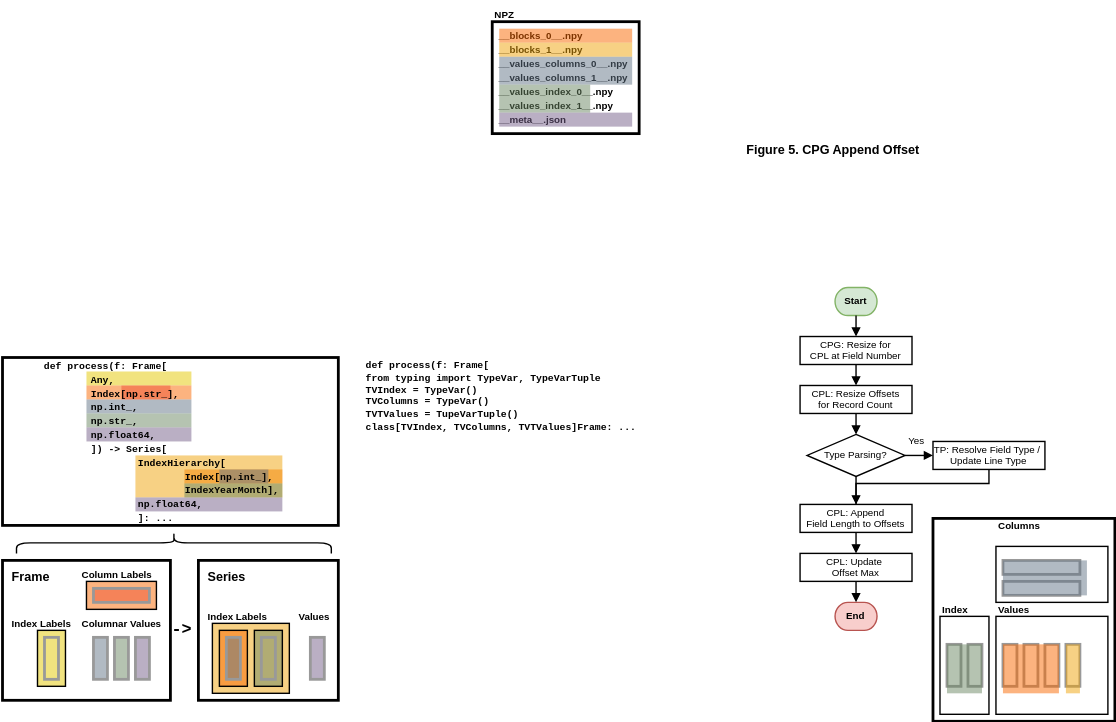
Earlier version of the draw.io export doc/dft.drawio.svg (flexatone/df-typing). Source tidied: cells renumbered, new cells last; positions are measured from the earlier drawing's top-left corner, leaving out a move shared by most shapes.
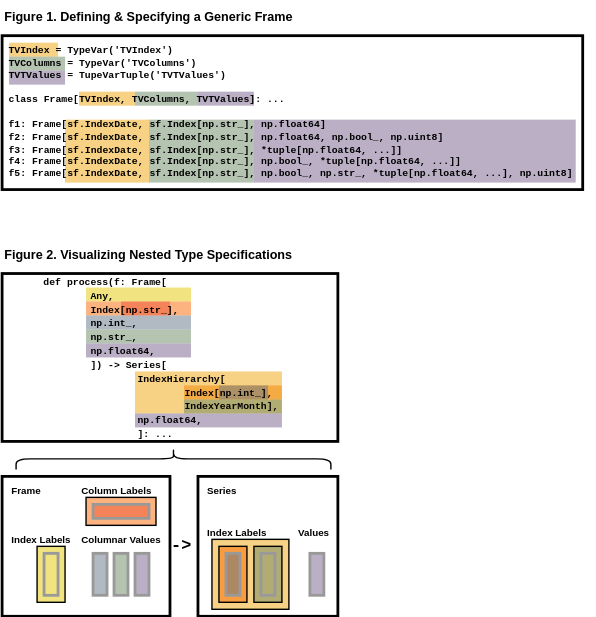
After the change.

Diff of the diagram source:
```diff
@@ -2,6 +2,9 @@
   <root>
     <mxCell id="0" />
     <mxCell id="1" parent="0" />
+    <mxCell id="97" style="rounded=0;whiteSpace=wrap;html=1;shadow=0;glass=0;sketch=0;fontFamily=Verdana;fontSize=7;strokeColor=none;strokeWidth=1;fillColor=#76608a;fontColor=#ffffff;opacity=50;" parent="1" vertex="1">
+      <mxGeometry x="180" y="145" width="230" height="45" as="geometry" />
+    </mxCell>
     <mxCell id="2" style="rounded=0;whiteSpace=wrap;html=1;glass=0;strokeColor=#000000;strokeWidth=2;fillColor=none;gradientColor=none;comic=0;sketch=0;shadow=0;" parent="1" vertex="1">
       <mxGeometry y="400" width="120" height="100" as="geometry" />
     </mxCell>
@@ -89,154 +92,14 @@
     <mxCell id="30" style="rounded=0;whiteSpace=wrap;html=1;shadow=0;glass=0;sketch=0;fontFamily=Verdana;fontSize=7;strokeColor=none;strokeWidth=1;fillColor=#e3c800;opacity=50;fontColor=#000000;" parent="1" vertex="1">
       <mxGeometry x="60" y="265" width="75" height="10" as="geometry" />
     </mxCell>
-    <mxCell id="31" style="rounded=0;whiteSpace=wrap;html=1;glass=0;strokeColor=#000000;strokeWidth=2;fillColor=none;gradientColor=none;comic=0;sketch=0;shadow=0;" parent="1" vertex="1">
-      <mxGeometry x="350" y="15" width="105" height="80" as="geometry" />
-    </mxCell>
-    <mxCell id="32" value="&lt;p style=&quot;line-height: 1.43&quot;&gt;__blocks_0__.npy&lt;br&gt;__blocks_1__.npy&lt;br&gt;__values_columns_0__.npy&lt;br&gt;__values_columns_1__.npy&lt;br&gt;__values_index_0__.npy&lt;br&gt;__values_index_1__.npy&lt;br&gt;__meta__.json&lt;/p&gt;" style="text;align=left;verticalAlign=middle;strokeColor=none;fillColor=none;labelPosition=center;verticalLabelPosition=middle;fontSize=7;spacing=0;fontFamily=Helvetica;fontStyle=1;shadow=0;sketch=0;textDirection=ltr;html=1;" parent="1" vertex="1">
-      <mxGeometry x="355" y="10" width="105" height="90" as="geometry" />
-    </mxCell>
-    <mxCell id="33" value="&lt;span style=&quot;font-size: 7px&quot;&gt;NPZ&lt;/span&gt;" style="text;html=1;align=left;verticalAlign=top;strokeColor=none;fillColor=none;fontSize=7;fontFamily=Helvetica;fontStyle=1;sketch=0;" parent="1" vertex="1">
-      <mxGeometry x="350" width="25" height="15" as="geometry" />
-    </mxCell>
-    <mxCell id="34" style="rounded=0;whiteSpace=wrap;html=1;shadow=0;glass=0;sketch=0;fontFamily=Verdana;fontSize=7;strokeColor=none;strokeWidth=1;fillColor=#647687;fontColor=#ffffff;opacity=50;" parent="1" vertex="1">
-      <mxGeometry x="355" y="40" width="95" height="20" as="geometry" />
-    </mxCell>
-    <mxCell id="35" style="rounded=0;whiteSpace=wrap;html=1;shadow=0;glass=0;sketch=0;fontFamily=Verdana;fontSize=7;strokeColor=none;strokeWidth=1;fillColor=#6d8764;fontColor=#ffffff;opacity=50;" parent="1" vertex="1">
-      <mxGeometry x="355" y="60" width="65" height="20" as="geometry" />
-    </mxCell>
-    <mxCell id="36" style="rounded=0;whiteSpace=wrap;html=1;shadow=0;glass=0;sketch=0;fontFamily=Verdana;fontSize=7;strokeColor=none;strokeWidth=1;fillColor=#fa6800;fontColor=#000000;opacity=50;" parent="1" vertex="1">
-      <mxGeometry x="355" y="20" width="95" height="10" as="geometry" />
-    </mxCell>
-    <mxCell id="37" style="rounded=0;whiteSpace=wrap;html=1;shadow=0;glass=0;sketch=0;fontFamily=Verdana;fontSize=7;strokeColor=none;strokeWidth=1;fillColor=#f0a30a;fontColor=#000000;opacity=50;" parent="1" vertex="1">
-      <mxGeometry x="355" y="30" width="95" height="10" as="geometry" />
-    </mxCell>
-    <mxCell id="38" style="rounded=0;whiteSpace=wrap;html=1;shadow=0;glass=0;sketch=0;fontFamily=Verdana;fontSize=7;strokeColor=none;strokeWidth=1;fillColor=#76608a;fontColor=#ffffff;opacity=50;" parent="1" vertex="1">
-      <mxGeometry x="355" y="80" width="95" height="10" as="geometry" />
-    </mxCell>
-    <mxCell id="39" value="CPG: Resize for&#10;CPL at Field Number" style="rounded=0;strokeWidth=1;fillColor=none;absoluteArcSize=0;sketch=0;fontSize=7;fontStyle=0;" parent="1" vertex="1">
-      <mxGeometry x="570" y="240" width="80" height="20" as="geometry" />
-    </mxCell>
-    <mxCell id="40" value="&lt;span&gt;Type Parsing?&lt;/span&gt;" style="rhombus;whiteSpace=wrap;html=1;rounded=0;fontSize=7;fillColor=none;sketch=0;shadow=0;fontStyle=0;" parent="1" vertex="1">
-      <mxGeometry x="575" y="310" width="70" height="30" as="geometry" />
-    </mxCell>
-    <mxCell id="41" value="CPL: Resize Offsets&#10;for Record Count" style="rounded=0;strokeWidth=1;fillColor=none;absoluteArcSize=0;sketch=0;fontSize=7;fontStyle=0;" parent="1" vertex="1">
-      <mxGeometry x="570" y="275" width="80" height="20" as="geometry" />
-    </mxCell>
-    <mxCell id="42" value="&lt;span style=&quot;font-size: 9px&quot;&gt;Figure 5. CPG Append Offset&lt;/span&gt;" style="text;html=1;align=left;verticalAlign=top;strokeColor=none;fillColor=none;fontSize=9;fontFamily=Helvetica;fontStyle=1;sketch=0;" parent="1" vertex="1">
-      <mxGeometry x="530" y="95" width="135" height="20" as="geometry" />
+    <mxCell id="42" value="&lt;span style=&quot;font-size: 9px&quot;&gt;Figure 1. Defining &amp;amp; Specifying a Generic Frame&lt;/span&gt;" style="text;html=1;align=left;verticalAlign=top;strokeColor=none;fillColor=none;fontSize=9;fontFamily=Helvetica;fontStyle=1;sketch=0;" parent="1" vertex="1">
+      <mxGeometry y="60" width="225" height="25" as="geometry" />
     </mxCell>
-    <mxCell id="43" value="TP: Resolve Field Type / &#10;Update Line Type" style="rounded=0;strokeWidth=1;fillColor=none;absoluteArcSize=0;sketch=0;fontSize=7;fontStyle=0;" parent="1" vertex="1">
-      <mxGeometry x="665" y="315" width="80" height="20" as="geometry" />
-    </mxCell>
-    <mxCell id="44" value="CPL: Append&#10;Field Length to Offsets" style="rounded=0;strokeWidth=1;fillColor=none;absoluteArcSize=0;sketch=0;fontSize=7;fontStyle=0;" parent="1" vertex="1">
-      <mxGeometry x="570" y="360" width="80" height="20" as="geometry" />
-    </mxCell>
-    <mxCell id="45" value="CPL: Update &#10;Offset Max" style="rounded=0;strokeWidth=1;fillColor=none;absoluteArcSize=0;sketch=0;fontSize=7;fontStyle=0;" parent="1" vertex="1">
-      <mxGeometry x="570" y="395" width="80" height="20" as="geometry" />
-    </mxCell>
-    <mxCell id="46" style="edgeStyle=none;jettySize=auto;html=1;rounded=0;fontSize=7;strokeColor=default;endArrow=block;endFill=1;startSize=4;endSize=4;exitX=0.5;exitY=1;exitDx=0;exitDy=0;entryX=0.5;entryY=0;entryDx=0;entryDy=0;fontStyle=0;" parent="1" edge="1" source="39" target="41">
-      <mxGeometry relative="1" as="geometry" />
-    </mxCell>
-    <mxCell id="47" style="edgeStyle=none;jettySize=auto;html=1;rounded=0;fontSize=7;strokeColor=default;endArrow=block;endFill=1;startSize=4;endSize=4;exitX=0.5;exitY=1;exitDx=0;exitDy=0;entryX=0.5;entryY=0;entryDx=0;entryDy=0;fontStyle=0;" parent="1" edge="1" source="41" target="40">
-      <mxGeometry relative="1" as="geometry" />
-    </mxCell>
-    <mxCell id="48" value="Yes" style="edgeStyle=none;jettySize=auto;html=1;rounded=0;fontSize=7;strokeColor=default;endArrow=block;endFill=1;startSize=4;endSize=4;exitX=1;exitY=0.5;exitDx=0;exitDy=0;entryX=0;entryY=0.5;entryDx=0;entryDy=0;fontStyle=0;" parent="1" edge="1" source="40" target="43">
-      <mxGeometry x="-0.2" y="10" relative="1" as="geometry" />
-    </mxCell>
-    <mxCell id="49" style="edgeStyle=none;jettySize=auto;html=1;rounded=0;fontSize=7;strokeColor=default;endArrow=block;endFill=1;startSize=4;endSize=4;exitX=0.5;exitY=1;exitDx=0;exitDy=0;entryX=0.5;entryY=0;entryDx=0;entryDy=0;fontStyle=0;" parent="1" edge="1" source="40" target="44">
-      <mxGeometry relative="1" as="geometry" />
-    </mxCell>
-    <mxCell id="50" style="edgeStyle=none;jettySize=auto;html=1;rounded=0;fontSize=7;strokeColor=default;endArrow=none;endFill=0;startSize=4;endSize=4;exitX=0.5;exitY=1;exitDx=0;exitDy=0;entryX=0.5;entryY=0;entryDx=0;entryDy=0;fontStyle=0;" parent="1" edge="1" source="43" target="44">
-      <mxGeometry relative="1" as="geometry">
-        <Array as="points">
-          <mxPoint x="705" y="345" />
-          <mxPoint x="610" y="345" />
-        </Array>
-      </mxGeometry>
-    </mxCell>
-    <mxCell id="51" style="edgeStyle=none;jettySize=auto;html=1;rounded=0;fontSize=7;strokeColor=default;endArrow=block;endFill=1;startSize=4;endSize=4;exitX=0.5;exitY=1;exitDx=0;exitDy=0;entryX=0.5;entryY=0;entryDx=0;entryDy=0;" parent="1" edge="1" source="44" target="45">
-      <mxGeometry relative="1" as="geometry" />
-    </mxCell>
-    <mxCell id="52" value="End" style="shape=mxgraph.flowchart.terminator;rounded=0;shadow=0;sketch=0;fontSize=7;fillColor=#f8cecc;fontStyle=1;strokeColor=#b85450;" parent="1" vertex="1">
-      <mxGeometry x="595" y="430" width="30" height="20" as="geometry" />
-    </mxCell>
-    <mxCell id="53" style="edgeStyle=none;jettySize=auto;html=1;rounded=0;fontSize=7;strokeColor=default;endArrow=block;endFill=1;startSize=4;endSize=4;entryX=0.5;entryY=0;entryDx=0;entryDy=0;exitX=0.5;exitY=1;exitDx=0;exitDy=0;" parent="1" edge="1" source="45" target="52">
-      <mxGeometry relative="1" as="geometry" />
-    </mxCell>
-    <mxCell id="54" value="Start" style="shape=mxgraph.flowchart.terminator;rounded=0;shadow=0;sketch=0;fontSize=7;fillColor=#d5e8d4;fontStyle=1;strokeColor=#82b366;" parent="1" vertex="1">
-      <mxGeometry x="595" y="205" width="30" height="20" as="geometry" />
-    </mxCell>
-    <mxCell id="55" style="edgeStyle=none;jettySize=auto;html=1;rounded=0;fontSize=7;strokeColor=default;endArrow=block;endFill=1;startSize=4;endSize=4;exitX=0.5;exitY=1;exitDx=0;exitDy=0;" parent="1" edge="1" source="54" target="39">
-      <mxGeometry relative="1" as="geometry" />
-    </mxCell>
     <mxCell id="56" style="shape=curlyBracket;whiteSpace=wrap;html=1;rounded=1;rotation=90;" parent="1" vertex="1">
       <mxGeometry x="115" y="275" width="15" height="225" as="geometry" />
     </mxCell>
-    <mxCell id="57" style="rounded=0;whiteSpace=wrap;html=1;glass=0;strokeColor=#000000;strokeWidth=2;fillColor=none;gradientColor=none;comic=0;sketch=0;shadow=0;" parent="1" vertex="1">
-      <mxGeometry x="665" y="370" width="130" height="145" as="geometry" />
-    </mxCell>
-    <mxCell id="58" style="rounded=0;whiteSpace=wrap;html=1;strokeWidth=1;fillColor=none;absoluteArcSize=0;sketch=0;" parent="1" vertex="1">
-      <mxGeometry x="710" y="390" width="80" height="40" as="geometry" />
-    </mxCell>
-    <mxCell id="59" style="rounded=0;whiteSpace=wrap;html=1;strokeWidth=1;fillColor=none;sketch=0;" parent="1" vertex="1">
-      <mxGeometry x="670" y="440" width="35" height="70" as="geometry" />
-    </mxCell>
-    <mxCell id="60" style="rounded=0;whiteSpace=wrap;html=1;strokeWidth=1;fillColor=none;sketch=0;" parent="1" vertex="1">
-      <mxGeometry x="710" y="440" width="80" height="70" as="geometry" />
-    </mxCell>
-    <mxCell id="61" style="rounded=0;whiteSpace=wrap;html=1;fillColor=none;strokeWidth=2;gradientColor=none;strokeColor=#999999;sketch=0;" parent="1" vertex="1">
-      <mxGeometry x="715" y="460" width="10" height="30" as="geometry" />
-    </mxCell>
-    <mxCell id="62" style="rounded=0;whiteSpace=wrap;html=1;fillColor=none;strokeWidth=2;strokeColor=#999999;sketch=0;" parent="1" vertex="1">
-      <mxGeometry x="730" y="460" width="10" height="30" as="geometry" />
-    </mxCell>
-    <mxCell id="63" style="rounded=0;whiteSpace=wrap;html=1;fillColor=none;strokeWidth=2;strokeColor=#999999;sketch=0;" parent="1" vertex="1">
-      <mxGeometry x="745" y="460" width="10" height="30" as="geometry" />
-    </mxCell>
-    <mxCell id="64" style="rounded=0;whiteSpace=wrap;html=1;fillColor=none;strokeWidth=2;strokeColor=#999999;sketch=0;" parent="1" vertex="1">
-      <mxGeometry x="760" y="460" width="10" height="30" as="geometry" />
-    </mxCell>
-    <mxCell id="65" style="rounded=0;whiteSpace=wrap;html=1;strokeWidth=2;fillColor=none;strokeColor=#999999;sketch=0;" parent="1" vertex="1">
-      <mxGeometry x="690" y="460" width="10" height="30" as="geometry" />
-    </mxCell>
-    <mxCell id="66" style="rounded=0;whiteSpace=wrap;html=1;strokeWidth=2;fillColor=none;glass=0;strokeColor=#999999;sketch=0;" parent="1" vertex="1">
-      <mxGeometry x="715" y="415" width="55" height="10" as="geometry" />
-    </mxCell>
-    <mxCell id="67" style="rounded=0;whiteSpace=wrap;html=1;strokeWidth=2;fillColor=none;glass=0;strokeColor=#999999;sketch=0;" parent="1" vertex="1">
-      <mxGeometry x="715" y="400" width="55" height="10" as="geometry" />
-    </mxCell>
-    <mxCell id="68" value="&lt;span style=&quot;font-size: 7px;&quot;&gt;Columns&lt;/span&gt;" style="text;html=1;align=left;verticalAlign=top;strokeColor=none;fillColor=none;fontSize=7;fontFamily=Helvetica;fontStyle=1;sketch=0;" parent="1" vertex="1">
-      <mxGeometry x="710" y="365" width="45" height="15" as="geometry" />
-    </mxCell>
-    <mxCell id="69" value="&lt;span style=&quot;font-size: 7px;&quot;&gt;Index&lt;/span&gt;" style="text;html=1;align=left;verticalAlign=top;strokeColor=none;fillColor=none;fontSize=7;fontFamily=Helvetica;fontStyle=1;sketch=0;" parent="1" vertex="1">
-      <mxGeometry x="670" y="425" width="30" height="15" as="geometry" />
-    </mxCell>
-    <mxCell id="70" value="&lt;span style=&quot;font-size: 7px;&quot;&gt;Values&lt;/span&gt;" style="text;html=1;align=left;verticalAlign=top;strokeColor=none;fillColor=none;fontSize=7;fontFamily=Helvetica;fontStyle=1;sketch=0;" parent="1" vertex="1">
-      <mxGeometry x="710" y="425" width="35" height="15" as="geometry" />
-    </mxCell>
-    <mxCell id="71" style="rounded=0;whiteSpace=wrap;html=1;strokeWidth=2;fillColor=none;strokeColor=#999999;sketch=0;" parent="1" vertex="1">
-      <mxGeometry x="675" y="460" width="10" height="30" as="geometry" />
-    </mxCell>
-    <mxCell id="72" style="rounded=0;whiteSpace=wrap;html=1;shadow=0;glass=0;sketch=0;fontFamily=Verdana;fontSize=7;strokeColor=none;strokeWidth=1;fillColor=#fa6800;fontColor=#000000;opacity=50;" parent="1" vertex="1">
-      <mxGeometry x="715" y="460" width="40" height="35" as="geometry" />
-    </mxCell>
-    <mxCell id="73" style="rounded=0;whiteSpace=wrap;html=1;shadow=0;glass=0;sketch=0;fontFamily=Verdana;fontSize=7;strokeColor=none;strokeWidth=1;fillColor=#f0a30a;fontColor=#000000;opacity=50;" parent="1" vertex="1">
-      <mxGeometry x="760" y="460" width="10" height="35" as="geometry" />
-    </mxCell>
-    <mxCell id="74" style="rounded=0;whiteSpace=wrap;html=1;shadow=0;glass=0;sketch=0;fontFamily=Verdana;fontSize=7;strokeColor=none;strokeWidth=1;fillColor=#647687;fontColor=#ffffff;opacity=50;" parent="1" vertex="1">
-      <mxGeometry x="715" y="400" width="60" height="25" as="geometry" />
-    </mxCell>
-    <mxCell id="75" style="rounded=0;whiteSpace=wrap;html=1;shadow=0;glass=0;sketch=0;fontFamily=Verdana;fontSize=7;strokeColor=none;strokeWidth=1;fillColor=#6d8764;fontColor=#ffffff;opacity=50;" parent="1" vertex="1">
-      <mxGeometry x="675" y="460" width="25" height="35" as="geometry" />
-    </mxCell>
-    <mxCell id="76" style="edgeStyle=orthogonalEdgeStyle;rounded=0;orthogonalLoop=1;jettySize=auto;html=1;exitX=0.5;exitY=1;exitDx=0;exitDy=0;" parent="1" edge="1" source="72" target="72">
-      <mxGeometry relative="1" as="geometry" />
-    </mxCell>
-    <mxCell id="77" style="edgeStyle=orthogonalEdgeStyle;rounded=0;orthogonalLoop=1;jettySize=auto;html=1;exitX=0.5;exitY=1;exitDx=0;exitDy=0;" parent="1" edge="1" source="72" target="72">
-      <mxGeometry relative="1" as="geometry" />
-    </mxCell>
-    <mxCell id="78" value="&lt;span style=&quot;font-size: 9px;&quot;&gt;Frame&lt;/span&gt;" style="text;html=1;align=left;verticalAlign=top;strokeColor=none;fillColor=none;fontSize=9;fontFamily=Helvetica;fontStyle=1;sketch=0;" parent="1" vertex="1">
-      <mxGeometry x="5" y="400" width="40" height="20" as="geometry" />
+    <mxCell id="78" value="&lt;span style=&quot;font-size: 7px;&quot;&gt;Frame&lt;/span&gt;" style="text;html=1;align=left;verticalAlign=top;strokeColor=none;fillColor=none;fontSize=7;fontFamily=Helvetica;fontStyle=1;sketch=0;" parent="1" vertex="1">
+      <mxGeometry x="5" y="400" width="40" height="25" as="geometry" />
     </mxCell>
     <mxCell id="79" value="&lt;span style=&quot;font-size: 7px;&quot;&gt;Index Labels&lt;/span&gt;" style="text;html=1;align=left;verticalAlign=top;strokeColor=none;fillColor=none;fontSize=7;fontFamily=Helvetica;fontStyle=1;sketch=0;" parent="1" vertex="1">
       <mxGeometry x="145" y="430" width="70" height="20" as="geometry" />
@@ -244,8 +107,8 @@
     <mxCell id="80" value="&lt;span style=&quot;font-size: 7px;&quot;&gt;Values&lt;/span&gt;" style="text;html=1;align=left;verticalAlign=top;strokeColor=none;fillColor=none;fontSize=7;fontFamily=Helvetica;fontStyle=1;sketch=0;" parent="1" vertex="1">
       <mxGeometry x="210" y="430" width="45" height="25" as="geometry" />
     </mxCell>
-    <mxCell id="81" value="&lt;span style=&quot;font-size: 9px;&quot;&gt;Series&lt;/span&gt;" style="text;html=1;align=left;verticalAlign=top;strokeColor=none;fillColor=none;fontSize=9;fontFamily=Helvetica;fontStyle=1;sketch=0;" parent="1" vertex="1">
-      <mxGeometry x="145" y="400" width="40" height="20" as="geometry" />
+    <mxCell id="81" value="&lt;span style=&quot;font-size: 7px;&quot;&gt;Series&lt;/span&gt;" style="text;html=1;align=left;verticalAlign=top;strokeColor=none;fillColor=none;fontSize=7;fontFamily=Helvetica;fontStyle=1;sketch=0;" parent="1" vertex="1">
+      <mxGeometry x="145" y="400" width="40" height="25" as="geometry" />
     </mxCell>
     <mxCell id="82" style="rounded=0;whiteSpace=wrap;html=1;shadow=0;glass=0;sketch=0;fontFamily=Verdana;fontSize=7;strokeColor=none;strokeWidth=1;fillColor=#fa6800;fontColor=#000000;opacity=50;" parent="1" vertex="1">
       <mxGeometry x="60" y="275" width="75" height="10" as="geometry" />
@@ -289,8 +152,38 @@
     <mxCell id="95" style="rounded=0;whiteSpace=wrap;html=1;strokeWidth=2;fillColor=none;strokeColor=#999999;sketch=0;" parent="1" vertex="1">
       <mxGeometry x="30" y="455" width="10" height="30" as="geometry" />
     </mxCell>
+    <mxCell id="98" style="rounded=0;whiteSpace=wrap;html=1;shadow=0;glass=0;sketch=0;fontFamily=Verdana;fontSize=7;strokeColor=none;strokeWidth=1;fillColor=#f0a30a;fontColor=#000000;opacity=50;" parent="1" vertex="1">
+      <mxGeometry x="55" y="125" width="40" height="10" as="geometry" />
+    </mxCell>
+    <mxCell id="99" style="rounded=0;whiteSpace=wrap;html=1;shadow=0;glass=0;sketch=0;fontFamily=Verdana;fontSize=7;strokeColor=none;strokeWidth=1;fillColor=#6d8764;fontColor=#ffffff;opacity=50;" parent="1" vertex="1">
+      <mxGeometry x="95" y="125" width="45" height="10" as="geometry" />
+    </mxCell>
+    <mxCell id="100" style="rounded=0;whiteSpace=wrap;html=1;shadow=0;glass=0;sketch=0;fontFamily=Verdana;fontSize=7;strokeColor=none;strokeWidth=1;fillColor=#76608a;fontColor=#ffffff;opacity=50;" parent="1" vertex="1">
+      <mxGeometry x="140" y="125" width="40" height="10" as="geometry" />
+    </mxCell>
+    <mxCell id="101" style="rounded=0;whiteSpace=wrap;html=1;shadow=0;glass=0;sketch=0;fontFamily=Verdana;fontSize=7;strokeColor=none;strokeWidth=1;fillColor=#f0a30a;fontColor=#000000;opacity=50;" parent="1" vertex="1">
+      <mxGeometry x="45" y="145" width="60" height="45" as="geometry" />
+    </mxCell>
+    <mxCell id="102" style="rounded=0;whiteSpace=wrap;html=1;shadow=0;glass=0;sketch=0;fontFamily=Verdana;fontSize=7;strokeColor=none;strokeWidth=1;fillColor=#6d8764;fontColor=#ffffff;opacity=50;" parent="1" vertex="1">
+      <mxGeometry x="105" y="145" width="75" height="45" as="geometry" />
+    </mxCell>
+    <mxCell id="103" style="rounded=0;whiteSpace=wrap;html=1;shadow=0;glass=0;sketch=0;fontFamily=Verdana;fontSize=7;strokeColor=none;strokeWidth=1;fillColor=#f0a30a;fontColor=#000000;opacity=50;" parent="1" vertex="1">
+      <mxGeometry x="5" y="90" width="35" height="10" as="geometry" />
+    </mxCell>
+    <mxCell id="104" style="rounded=0;whiteSpace=wrap;html=1;shadow=0;glass=0;sketch=0;fontFamily=Verdana;fontSize=7;strokeColor=none;strokeWidth=1;fillColor=#6d8764;fontColor=#ffffff;opacity=50;" parent="1" vertex="1">
+      <mxGeometry x="5" y="100" width="40" height="10" as="geometry" />
+    </mxCell>
+    <mxCell id="105" style="rounded=0;whiteSpace=wrap;html=1;shadow=0;glass=0;sketch=0;fontFamily=Verdana;fontSize=7;strokeColor=none;strokeWidth=1;fillColor=#76608a;fontColor=#ffffff;opacity=50;" parent="1" vertex="1">
+      <mxGeometry x="5" y="110" width="40" height="10" as="geometry" />
+    </mxCell>
+    <mxCell id="106" style="rounded=0;whiteSpace=wrap;html=1;glass=0;strokeColor=#000000;strokeWidth=2;fillColor=none;gradientColor=none;comic=0;sketch=0;shadow=0;" parent="1" vertex="1">
+      <mxGeometry y="85" width="415" height="110" as="geometry" />
+    </mxCell>
-    <mxCell id="96" value="&lt;p style=&quot;line-height: 126%;&quot;&gt;def process(f: Frame[&lt;br&gt;from typing import TypeVar, TypeVarTuple&lt;br&gt;TVIndex = TypeVar()&lt;br&gt;TVColumns = TypeVar()&lt;br&gt;TVTValues = TupeVarTuple()&lt;br&gt;class[TVIndex, TVColumns, TVTValues]Frame: ...&lt;br&gt;&lt;/p&gt;" style="text;align=left;verticalAlign=top;strokeColor=none;fillColor=none;labelPosition=center;verticalLabelPosition=middle;fontSize=7;spacing=0;fontFamily=Courier New;fontStyle=1;shadow=0;sketch=0;textDirection=ltr;html=1;" parent="1" vertex="1">
-      <mxGeometry x="260" y="245" width="210" height="80" as="geometry" />
+    <mxCell id="96" value="&lt;p style=&quot;line-height: 126%;&quot;&gt;TVIndex = TypeVar('TVIndex')&lt;br&gt;TVColumns = TypeVar('TVColumns')&lt;br&gt;TVTValues = TupeVarTuple('TVTValues')&lt;br&gt;&lt;br&gt;class Frame[TVIndex, TVColumns, TVTValues]: ...&lt;br&gt;&lt;br&gt;f1: Frame[sf.IndexDate, sf.Index[np.str_], np.float64]&lt;br&gt;f2: Frame[sf.IndexDate, sf.Index[np.str_], np.float64, np.bool_, np.uint8]&lt;br&gt;f3: Frame[sf.IndexDate, sf.Index[np.str_], *tuple[np.float64, ...]]&lt;br&gt;f4: Frame[sf.IndexDate, sf.Index[np.str_], np.bool_, *tuple[np.float64, ...]]&lt;br&gt;f5: Frame[sf.IndexDate, sf.Index[np.str_], np.bool_, np.str_, *tuple[np.float64, ...], np.uint8]&lt;br&gt;&lt;br&gt;&lt;br&gt;&lt;br&gt;&lt;br&gt;&lt;/p&gt;" style="text;align=left;verticalAlign=top;strokeColor=none;fillColor=none;labelPosition=center;verticalLabelPosition=middle;fontSize=7;spacing=0;fontFamily=Courier New;fontStyle=1;shadow=0;sketch=0;textDirection=ltr;html=1;" parent="1" vertex="1">
+      <mxGeometry x="5" y="80" width="420" height="160" as="geometry" />
     </mxCell>
+    <mxCell id="107" value="&lt;span style=&quot;font-size: 9px&quot;&gt;Figure 2. Visualizing Nested Type Specifications&lt;/span&gt;" style="text;html=1;align=left;verticalAlign=top;strokeColor=none;fillColor=none;fontSize=9;fontFamily=Helvetica;fontStyle=1;sketch=0;" parent="1" vertex="1">
+      <mxGeometry y="230" width="225" height="25" as="geometry" />
+    </mxCell>
   </root>
 </mxGraphModel>
```
